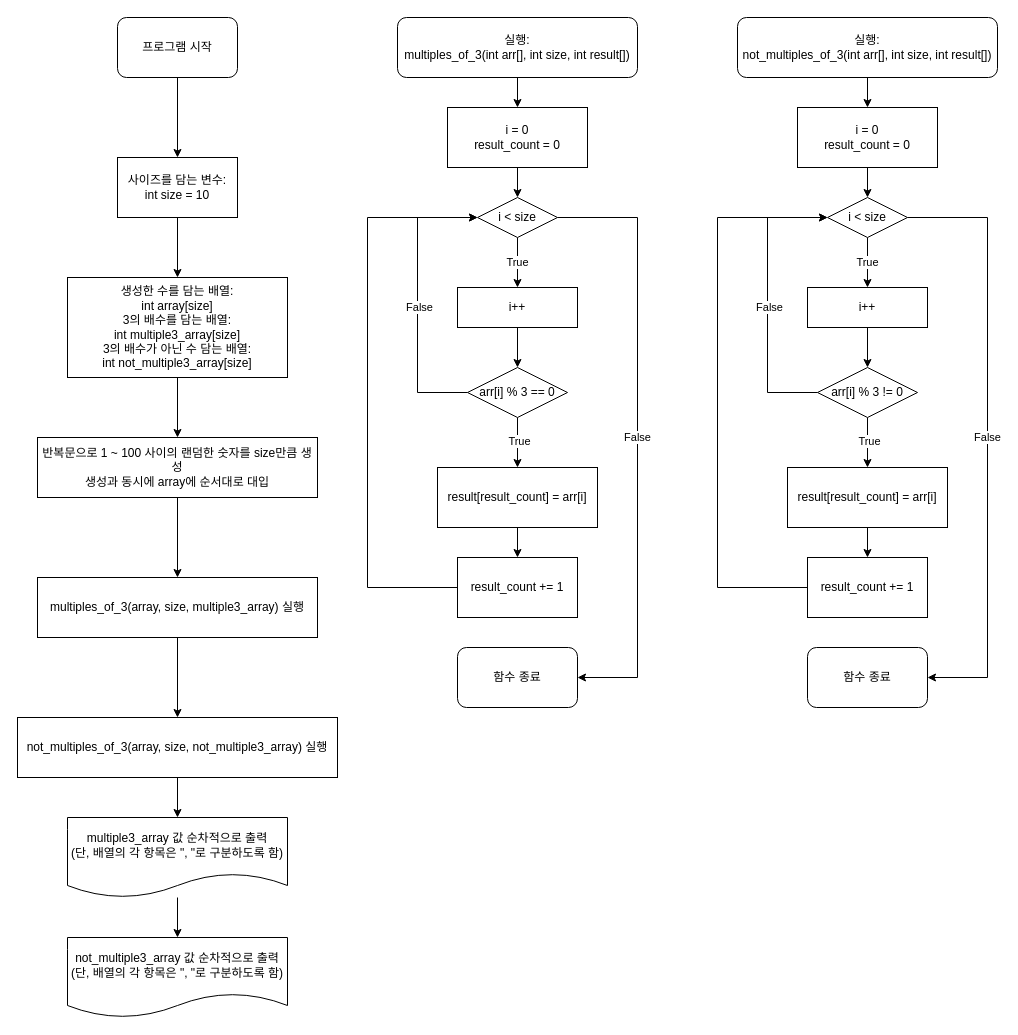
Chillbok/koreatech-2026S1-practice keeps this draw.io diagram as cppPractice/practice1/practice1-1.drawio. Above is the earlier version. Source tidied: cells renumbered, new cells numbered last; positions are measured from the earlier drawing's top-left corner, leaving out a move shared by most shapes. Both pictures are drawn from the tidied source at 100%, with x=0, y=0 at pixel (17, 17).
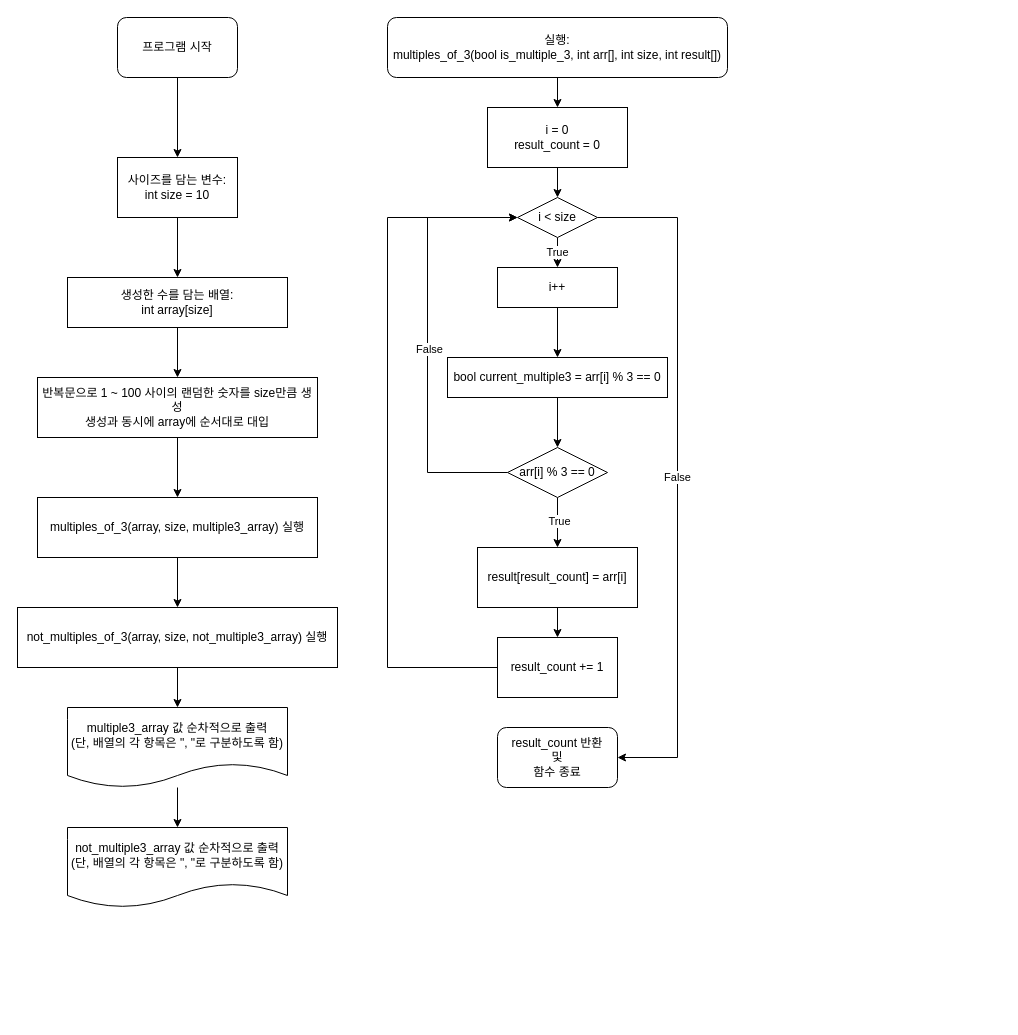
After the change.

Commit message:
플로우차트를 변경된 코드 내용에 맞게 수정함

Change to the diagram source:
```diff
@@
-    <mxCell id="7" value="&lt;div&gt;생성한 수를 담는 배열:&lt;/div&gt;int array[size]&lt;div&gt;3의 배수를 담는 배열:&lt;/div&gt;&lt;div&gt;int multiple3_array[size]&lt;/div&gt;&lt;div&gt;3의 배수가 아닌 수 담는 배열:&lt;/div&gt;&lt;div&gt;int not_multiple3_array[size]&lt;/div&gt;" style="rounded=0;whiteSpace=wrap;html=1;" parent="1" vertex="1">
-      <mxGeometry x="50" y="260" width="220" height="100" as="geometry" />
+    <mxCell id="7" value="&lt;div&gt;생성한 수를 담는 배열:&lt;/div&gt;int array[size]" style="rounded=0;whiteSpace=wrap;html=1;" parent="1" vertex="1">
+      <mxGeometry x="50" y="260" width="220" height="50" as="geometry" />
     </mxCell>
@@
     <mxCell id="9" value="반복문으로 1 ~ 100 사이의 랜덤한 숫자를 size만큼 생성&lt;div&gt;생성과 동시에 array에 순서대로 대입&lt;/div&gt;" style="whiteSpace=wrap;html=1;rounded=0;" parent="1" vertex="1">
-      <mxGeometry x="20" y="420" width="280" height="60" as="geometry" />
+      <mxGeometry x="20" y="360" width="280" height="60" as="geometry" />
     </mxCell>
@@
     <mxCell id="11" value="multiples_of_3(array, size, multiple3_array) 실행" style="whiteSpace=wrap;html=1;rounded=0;" parent="1" vertex="1">
-      <mxGeometry x="20" y="560" width="280" height="60" as="geometry" />
+      <mxGeometry x="20" y="480" width="280" height="60" as="geometry" />
     </mxCell>
@@
     <mxCell id="13" value="not_multiples_of_3(array, size, not_multiple3_array) 실행" style="whiteSpace=wrap;html=1;rounded=0;" parent="1" vertex="1">
-      <mxGeometry y="700" width="320" height="60" as="geometry" />
+      <mxGeometry y="590" width="320" height="60" as="geometry" />
     </mxCell>
@@
     <mxCell id="15" value="i = 0&lt;div&gt;result_count = 0&lt;/div&gt;" style="rounded=0;whiteSpace=wrap;html=1;" parent="1" vertex="1">
-      <mxGeometry x="430" y="90" width="140" height="60" as="geometry" />
+      <mxGeometry x="470" y="90" width="140" height="60" as="geometry" />
     </mxCell>
@@
-    <mxCell id="17" value="실행:&lt;div&gt;multiples_of_3(int arr[], int size, int result[])&lt;/div&gt;" style="rounded=1;whiteSpace=wrap;html=1;" parent="1" vertex="1">
-      <mxGeometry x="380" width="240" height="60" as="geometry" />
+    <mxCell id="17" value="실행:&lt;div&gt;multiples_of_3(bool is_multiple_3, int arr[], int size, int result[])&lt;/div&gt;" style="rounded=1;whiteSpace=wrap;html=1;" parent="1" vertex="1">
+      <mxGeometry x="370" width="340" height="60" as="geometry" />
     </mxCell>
@@
     <mxCell id="19" value="False" style="edgeStyle=orthogonalEdgeStyle;rounded=0;jettySize=auto;html=1;exitX=1;exitY=0.5;exitDx=0;exitDy=0;entryX=1;entryY=0.5;entryDx=0;entryDy=0;" parent="1" edge="1" source="20" target="32">
       <mxGeometry relative="1" as="geometry">
         <Array as="points">
-          <mxPoint x="620" y="200" />
-          <mxPoint x="620" y="660" />
+          <mxPoint x="660" y="200" />
+          <mxPoint x="660" y="740" />
         </Array>
       </mxGeometry>
     </mxCell>
     <mxCell id="20" value="i &amp;lt; size" style="rhombus;whiteSpace=wrap;html=1;rounded=0;" parent="1" vertex="1">
-      <mxGeometry x="460" y="180" width="80" height="40" as="geometry" />
+      <mxGeometry x="500" y="180" width="80" height="40" as="geometry" />
     </mxCell>
-    <mxCell id="21" style="edgeStyle=orthogonalEdgeStyle;rounded=0;jettySize=auto;html=1;" parent="1" edge="1" source="22" target="27">
-      <mxGeometry relative="1" as="geometry" />
-    </mxCell>
+    <mxCell id="55" style="edgeStyle=orthogonalEdgeStyle;rounded=0;jettySize=auto;html=1;" parent="1" edge="1" source="22" target="57">
+      <mxGeometry relative="1" as="geometry" />
+    </mxCell>
     <mxCell id="22" value="i++" style="whiteSpace=wrap;html=1;rounded=0;" parent="1" vertex="1">
-      <mxGeometry x="440" y="270" width="120" height="40" as="geometry" />
+      <mxGeometry x="480" y="250" width="120" height="40" as="geometry" />
     </mxCell>
@@
     <mxCell id="25" style="edgeStyle=orthogonalEdgeStyle;rounded=0;jettySize=auto;html=1;exitX=0;exitY=0.5;exitDx=0;exitDy=0;entryX=0;entryY=0.5;entryDx=0;entryDy=0;" parent="1" edge="1" source="27" target="20">
       <mxGeometry relative="1" as="geometry">
         <Array as="points">
-          <mxPoint x="400" y="375" />
-          <mxPoint x="400" y="200" />
+          <mxPoint x="410" y="455" />
+          <mxPoint x="410" y="200" />
         </Array>
       </mxGeometry>
     </mxCell>
@@
     <mxCell id="27" value="arr[i] % 3 == 0" style="rhombus;whiteSpace=wrap;html=1;rounded=0;" parent="1" vertex="1">
-      <mxGeometry x="450" y="350" width="100" height="50" as="geometry" />
+      <mxGeometry x="490" y="430" width="100" height="50" as="geometry" />
     </mxCell>
@@
     <mxCell id="29" value="result[result_count] = arr[i]" style="whiteSpace=wrap;html=1;rounded=0;" parent="1" vertex="1">
-      <mxGeometry x="420" y="450" width="160" height="60" as="geometry" />
+      <mxGeometry x="460" y="530" width="160" height="60" as="geometry" />
     </mxCell>
     <mxCell id="30" style="edgeStyle=orthogonalEdgeStyle;rounded=0;jettySize=auto;html=1;exitX=0;exitY=0.5;exitDx=0;exitDy=0;" parent="1" edge="1" source="31">
       <mxGeometry relative="1" as="geometry">
-        <mxPoint x="460" y="200" as="targetPoint" />
+        <mxPoint x="500" y="200" as="targetPoint" />
         <Array as="points">
-          <mxPoint x="350" y="570" />
-          <mxPoint x="350" y="200" />
+          <mxPoint x="370" y="650" />
+          <mxPoint x="370" y="200" />
         </Array>
       </mxGeometry>
     </mxCell>
     <mxCell id="31" value="result_count += 1" style="whiteSpace=wrap;html=1;rounded=0;" parent="1" vertex="1">
-      <mxGeometry x="440" y="540" width="120" height="60" as="geometry" />
+      <mxGeometry x="480" y="620" width="120" height="60" as="geometry" />
     </mxCell>
-    <mxCell id="32" value="함수 종료" style="rounded=1;whiteSpace=wrap;html=1;" parent="1" vertex="1">
-      <mxGeometry x="440" y="630" width="120" height="60" as="geometry" />
+    <mxCell id="32" value="result_count 반환&lt;div&gt;및&lt;/div&gt;&lt;div&gt;함수 종료&lt;/div&gt;" style="rounded=1;whiteSpace=wrap;html=1;" parent="1" vertex="1">
+      <mxGeometry x="480" y="710" width="120" height="60" as="geometry" />
     </mxCell>
-    <mxCell id="33" style="edgeStyle=orthogonalEdgeStyle;rounded=0;jettySize=auto;html=1;" parent="1" edge="1" source="34" target="39">
-      <mxGeometry relative="1" as="geometry" />
-    </mxCell>
-    <mxCell id="34" value="i = 0&lt;div&gt;result_count = 0&lt;/div&gt;" style="rounded=0;whiteSpace=wrap;html=1;" parent="1" vertex="1">
-      <mxGeometry x="780" y="90" width="140" height="60" as="geometry" />
-    </mxCell>
-    <mxCell id="35" style="edgeStyle=orthogonalEdgeStyle;rounded=0;jettySize=auto;html=1;entryX=0.5;entryY=0;entryDx=0;entryDy=0;" parent="1" edge="1" source="36" target="34">
-      <mxGeometry relative="1" as="geometry" />
-    </mxCell>
-    <mxCell id="36" value="실행:&lt;div&gt;not_multiples_of_3(int arr[], int size, int result[])&lt;/div&gt;" style="rounded=1;whiteSpace=wrap;html=1;" parent="1" vertex="1">
-      <mxGeometry x="720" width="260" height="60" as="geometry" />
-    </mxCell>
-    <mxCell id="37" value="True" style="edgeStyle=orthogonalEdgeStyle;rounded=0;jettySize=auto;html=1;" parent="1" edge="1" source="39" target="41">
-      <mxGeometry relative="1" as="geometry" />
-    </mxCell>
-    <mxCell id="38" value="False" style="edgeStyle=orthogonalEdgeStyle;rounded=0;jettySize=auto;html=1;exitX=1;exitY=0.5;exitDx=0;exitDy=0;entryX=1;entryY=0.5;entryDx=0;entryDy=0;" parent="1" edge="1" source="39" target="51">
-      <mxGeometry relative="1" as="geometry">
-        <Array as="points">
-          <mxPoint x="970" y="200" />
-          <mxPoint x="970" y="660" />
-        </Array>
-      </mxGeometry>
-    </mxCell>
-    <mxCell id="39" value="i &amp;lt; size" style="rhombus;whiteSpace=wrap;html=1;rounded=0;" parent="1" vertex="1">
-      <mxGeometry x="810" y="180" width="80" height="40" as="geometry" />
-    </mxCell>
-    <mxCell id="40" style="edgeStyle=orthogonalEdgeStyle;rounded=0;jettySize=auto;html=1;" parent="1" edge="1" source="41" target="46">
-      <mxGeometry relative="1" as="geometry" />
-    </mxCell>
-    <mxCell id="41" value="i++" style="whiteSpace=wrap;html=1;rounded=0;" parent="1" vertex="1">
-      <mxGeometry x="790" y="270" width="120" height="40" as="geometry" />
-    </mxCell>
-    <mxCell id="42" style="edgeStyle=orthogonalEdgeStyle;rounded=0;jettySize=auto;html=1;" parent="1" edge="1" source="46" target="48">
-      <mxGeometry relative="1" as="geometry" />
-    </mxCell>
-    <mxCell id="43" value="True" style="edgeLabel;html=1;align=center;verticalAlign=middle;" parent="42" vertex="1">
-      <mxGeometry x="-0.07" y="1" relative="1" as="geometry" />
-    </mxCell>
-    <mxCell id="44" style="edgeStyle=orthogonalEdgeStyle;rounded=0;jettySize=auto;html=1;exitX=0;exitY=0.5;exitDx=0;exitDy=0;entryX=0;entryY=0.5;entryDx=0;entryDy=0;" parent="1" edge="1" source="46" target="39">
-      <mxGeometry relative="1" as="geometry">
-        <Array as="points">
-          <mxPoint x="750" y="375" />
-          <mxPoint x="750" y="200" />
-        </Array>
-      </mxGeometry>
-    </mxCell>
-    <mxCell id="45" value="False" style="edgeLabel;html=1;align=center;verticalAlign=middle;" parent="44" vertex="1">
-      <mxGeometry x="-0.02" y="-1" relative="1" as="geometry">
-        <mxPoint y="4" as="offset" />
-      </mxGeometry>
-    </mxCell>
-    <mxCell id="46" value="arr[i] % 3 != 0" style="rhombus;whiteSpace=wrap;html=1;rounded=0;" parent="1" vertex="1">
-      <mxGeometry x="800" y="350" width="100" height="50" as="geometry" />
-    </mxCell>
-    <mxCell id="47" style="edgeStyle=orthogonalEdgeStyle;rounded=0;jettySize=auto;html=1;" parent="1" edge="1" source="48" target="50">
-      <mxGeometry relative="1" as="geometry" />
-    </mxCell>
-    <mxCell id="48" value="result[result_count] = arr[i]" style="whiteSpace=wrap;html=1;rounded=0;" parent="1" vertex="1">
-      <mxGeometry x="770" y="450" width="160" height="60" as="geometry" />
-    </mxCell>
-    <mxCell id="49" style="edgeStyle=orthogonalEdgeStyle;rounded=0;jettySize=auto;html=1;exitX=0;exitY=0.5;exitDx=0;exitDy=0;" parent="1" edge="1" source="50">
-      <mxGeometry relative="1" as="geometry">
-        <mxPoint x="810" y="200" as="targetPoint" />
-        <Array as="points">
-          <mxPoint x="700" y="570" />
-          <mxPoint x="700" y="200" />
-        </Array>
-      </mxGeometry>
-    </mxCell>
-    <mxCell id="50" value="result_count += 1" style="whiteSpace=wrap;html=1;rounded=0;" parent="1" vertex="1">
-      <mxGeometry x="790" y="540" width="120" height="60" as="geometry" />
-    </mxCell>
-    <mxCell id="51" value="함수 종료" style="rounded=1;whiteSpace=wrap;html=1;" parent="1" vertex="1">
-      <mxGeometry x="790" y="630" width="120" height="60" as="geometry" />
-    </mxCell>
@@
     <mxCell id="53" value="multiple3_array 값 순차적으로 출력&lt;div&gt;(단, 배열의 각 항목은 &quot;, &quot;로 구분하도록 함)&lt;/div&gt;" style="shape=document;whiteSpace=wrap;html=1;boundedLbl=1;" parent="1" vertex="1">
-      <mxGeometry x="50" y="800" width="220" height="80" as="geometry" />
+      <mxGeometry x="50" y="690" width="220" height="80" as="geometry" />
     </mxCell>
     <mxCell id="54" value="not_multiple3_array 값 순차적으로 출력&lt;div&gt;(단, 배열의 각 항목은 &quot;, &quot;로 구분하도록 함)&lt;/div&gt;" style="shape=document;whiteSpace=wrap;html=1;boundedLbl=1;" parent="1" vertex="1">
-      <mxGeometry x="50" y="920" width="220" height="80" as="geometry" />
+      <mxGeometry x="50" y="810" width="220" height="80" as="geometry" />
     </mxCell>
+    <mxCell id="56" style="edgeStyle=orthogonalEdgeStyle;rounded=0;jettySize=auto;html=1;entryX=0.5;entryY=0;entryDx=0;entryDy=0;" parent="1" edge="1" source="57" target="27">
+      <mxGeometry relative="1" as="geometry" />
+    </mxCell>
+    <mxCell id="57" value="bool current_multiple3 = arr[i] % 3 == 0" style="whiteSpace=wrap;html=1;rounded=0;" parent="1" vertex="1">
+      <mxGeometry x="430" y="340" width="220" height="40" as="geometry" />
+    </mxCell>
```
